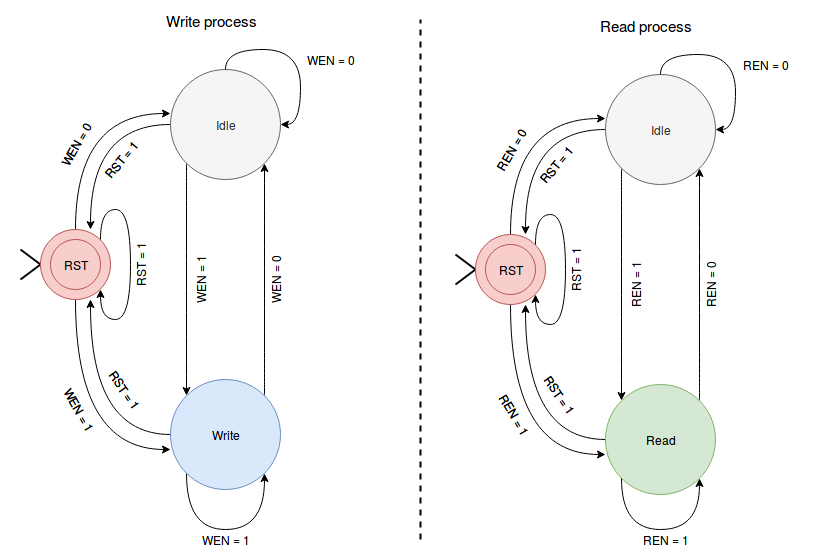
CSpyridakis/Reconfigurable-Computing keeps this draw.io diagram as doc/schematics/FIFO_FSMs.png. Above is the earlier version. Source tidied: cells renumbered, new cells last; positions are measured from the earlier drawing's top-left corner, leaving out a move shared by most shapes. Its diagram source:
```xml
<mxGraphModel>
  <root>
    <mxCell id="0" />
    <mxCell id="1" parent="0" />
    <mxCell id="2" style="rounded=0;whiteSpace=wrap;html=1;strokeColor=none;" parent="1" vertex="1">
      <mxGeometry width="830" height="559" as="geometry" />
    </mxCell>
    <mxCell id="3" style="edgeStyle=orthogonalEdgeStyle;curved=1;rounded=0;jettySize=auto;html=1;exitX=0.5;exitY=0;exitDx=0;exitDy=0;entryX=0.001;entryY=0.396;entryDx=0;entryDy=0;entryPerimeter=0;endSize=6;" parent="1" edge="1" source="7" target="10">
      <mxGeometry relative="1" as="geometry" />
    </mxCell>
    <mxCell id="4" style="edgeStyle=orthogonalEdgeStyle;curved=1;rounded=0;jettySize=auto;html=1;exitX=0.5;exitY=1;exitDx=0;exitDy=0;entryX=0;entryY=0.636;entryDx=0;entryDy=0;entryPerimeter=0;endSize=6;" parent="1" edge="1" source="7" target="15">
      <mxGeometry relative="1" as="geometry" />
    </mxCell>
    <mxCell id="5" style="rounded=0;jettySize=auto;html=1;exitX=0;exitY=0.5;exitDx=0;exitDy=0;endSize=6;endArrow=none;endFill=0;strokeWidth=2;" parent="1" edge="1" source="7">
      <mxGeometry relative="1" as="geometry">
        <mxPoint x="20" y="249" as="targetPoint" />
      </mxGeometry>
    </mxCell>
    <mxCell id="6" style="edgeStyle=none;rounded=0;jettySize=auto;html=1;exitX=0;exitY=0.5;exitDx=0;exitDy=0;endArrow=none;endFill=0;endSize=6;strokeWidth=2;" parent="1" edge="1" source="7">
      <mxGeometry relative="1" as="geometry">
        <mxPoint x="20" y="279" as="targetPoint" />
      </mxGeometry>
    </mxCell>
    <mxCell id="7" style="ellipse;whiteSpace=wrap;html=1;fillColor=#f8cecc;strokeColor=#b85450;" parent="1" vertex="1">
      <mxGeometry x="40" y="229" width="70" height="70" as="geometry" />
    </mxCell>
    <mxCell id="8" style="edgeStyle=orthogonalEdgeStyle;curved=1;rounded=0;jettySize=auto;html=1;exitX=0;exitY=1;exitDx=0;exitDy=0;entryX=0;entryY=0;entryDx=0;entryDy=0;" parent="1" edge="1" source="10" target="15">
      <mxGeometry relative="1" as="geometry" />
    </mxCell>
    <mxCell id="9" style="edgeStyle=orthogonalEdgeStyle;curved=1;rounded=0;jettySize=auto;html=1;exitX=0;exitY=0.5;exitDx=0;exitDy=0;entryX=0.714;entryY=0;entryDx=0;entryDy=0;entryPerimeter=0;endSize=6;" parent="1" edge="1" source="10" target="7">
      <mxGeometry relative="1" as="geometry" />
    </mxCell>
    <mxCell id="10" value="Idle" style="ellipse;whiteSpace=wrap;html=1;fillColor=#f5f5f5;strokeColor=#666666;fontColor=#333333;" parent="1" vertex="1">
      <mxGeometry x="170" y="69" width="110" height="110" as="geometry" />
    </mxCell>
    <mxCell id="11" value="&lt;div&gt;RST&lt;/div&gt;" style="ellipse;whiteSpace=wrap;html=1;fillColor=#f8cecc;strokeColor=#b85450;" parent="1" vertex="1">
      <mxGeometry x="50" y="239" width="50" height="50" as="geometry" />
    </mxCell>
    <mxCell id="12" style="edgeStyle=orthogonalEdgeStyle;curved=1;rounded=0;jettySize=auto;html=1;exitX=1;exitY=0;exitDx=0;exitDy=0;entryX=1;entryY=1;entryDx=0;entryDy=0;endSize=6;" parent="1" edge="1" source="15" target="10">
      <mxGeometry relative="1" as="geometry" />
    </mxCell>
    <mxCell id="13" style="edgeStyle=orthogonalEdgeStyle;curved=1;rounded=0;jettySize=auto;html=1;exitX=0;exitY=0.5;exitDx=0;exitDy=0;entryX=0.714;entryY=1;entryDx=0;entryDy=0;entryPerimeter=0;endSize=6;" parent="1" edge="1" source="15" target="7">
      <mxGeometry relative="1" as="geometry" />
    </mxCell>
    <mxCell id="14" style="edgeStyle=orthogonalEdgeStyle;curved=1;rounded=0;orthogonalLoop=1;jettySize=auto;html=1;exitX=0;exitY=1;exitDx=0;exitDy=0;endArrow=classic;endFill=1;endSize=6;strokeWidth=1;entryX=1;entryY=1;entryDx=0;entryDy=0;" parent="1" edge="1" source="15" target="15">
      <mxGeometry relative="1" as="geometry">
        <Array as="points">
          <mxPoint x="186" y="529" />
          <mxPoint x="264" y="529" />
        </Array>
      </mxGeometry>
    </mxCell>
    <mxCell id="15" value="Write" style="ellipse;whiteSpace=wrap;html=1;fillColor=#dae8fc;strokeColor=#6c8ebf;" parent="1" vertex="1">
      <mxGeometry x="170" y="379" width="110" height="110" as="geometry" />
    </mxCell>
    <mxCell id="16" value="&lt;font style=&quot;font-size: 15px&quot;&gt;Write process&lt;/font&gt;" style="text;html=1;strokeColor=none;fillColor=none;align=center;verticalAlign=middle;whiteSpace=wrap;rounded=0;" parent="1" vertex="1">
      <mxGeometry x="140" y="9" width="140" height="20" as="geometry" />
    </mxCell>
    <mxCell id="17" value="WEN = 0" style="text;html=1;strokeColor=none;fillColor=none;align=center;verticalAlign=middle;whiteSpace=wrap;rounded=0;rotation=-60;" parent="1" vertex="1">
      <mxGeometry x="25" y="134" width="100" height="20" as="geometry" />
    </mxCell>
    <mxCell id="18" value="&lt;div&gt;WEN = 1&lt;/div&gt;" style="text;html=1;strokeColor=none;fillColor=none;align=center;verticalAlign=middle;whiteSpace=wrap;rounded=0;rotation=60;" parent="1" vertex="1">
      <mxGeometry x="30" y="399" width="100" height="20" as="geometry" />
    </mxCell>
    <mxCell id="19" value="RST = 1" style="text;html=1;strokeColor=none;fillColor=none;align=center;verticalAlign=middle;whiteSpace=wrap;rounded=0;rotation=55;" parent="1" vertex="1">
      <mxGeometry x="95" y="379" width="60" height="20" as="geometry" />
    </mxCell>
    <mxCell id="20" value="RST = 1" style="text;html=1;strokeColor=none;fillColor=none;align=center;verticalAlign=middle;whiteSpace=wrap;rounded=0;rotation=-50;" parent="1" vertex="1">
      <mxGeometry x="90" y="149" width="60" height="20" as="geometry" />
    </mxCell>
    <mxCell id="21" value="WEN = 0" style="text;html=1;strokeColor=none;fillColor=none;align=center;verticalAlign=middle;whiteSpace=wrap;rounded=0;rotation=-90;" parent="1" vertex="1">
      <mxGeometry x="225" y="269" width="100" height="20" as="geometry" />
    </mxCell>
    <mxCell id="22" value="WEN = 1" style="text;html=1;strokeColor=none;fillColor=none;align=center;verticalAlign=middle;whiteSpace=wrap;rounded=0;rotation=-90;" parent="1" vertex="1">
      <mxGeometry x="150" y="269" width="100" height="20" as="geometry" />
    </mxCell>
    <mxCell id="23" style="edgeStyle=orthogonalEdgeStyle;curved=1;rounded=0;orthogonalLoop=1;jettySize=auto;html=1;exitX=0.5;exitY=0;exitDx=0;exitDy=0;entryX=1;entryY=0.5;entryDx=0;entryDy=0;endSize=6;" parent="1" edge="1" source="10" target="10">
      <mxGeometry relative="1" as="geometry" />
    </mxCell>
    <mxCell id="24" value="WEN = 0" style="text;html=1;strokeColor=none;fillColor=none;align=center;verticalAlign=middle;whiteSpace=wrap;rounded=0;rotation=0;" parent="1" vertex="1">
      <mxGeometry x="300" y="49" width="60" height="20" as="geometry" />
    </mxCell>
    <mxCell id="25" value="WEN = 1" style="text;html=1;strokeColor=none;fillColor=none;align=center;verticalAlign=middle;whiteSpace=wrap;rounded=0;rotation=0;" parent="1" vertex="1">
      <mxGeometry x="195" y="529" width="60" height="20" as="geometry" />
    </mxCell>
    <mxCell id="26" style="edgeStyle=orthogonalEdgeStyle;rounded=0;orthogonalLoop=1;jettySize=auto;html=1;exitX=1;exitY=0;exitDx=0;exitDy=0;entryX=1;entryY=1;entryDx=0;entryDy=0;endArrow=classic;endFill=1;endSize=6;strokeWidth=1;curved=1;" parent="1" edge="1" source="7" target="7">
      <mxGeometry relative="1" as="geometry" />
    </mxCell>
    <mxCell id="27" value="RST = 1" style="text;html=1;strokeColor=none;fillColor=none;align=center;verticalAlign=middle;whiteSpace=wrap;rounded=0;rotation=-90;" parent="1" vertex="1">
      <mxGeometry x="110" y="254" width="60" height="20" as="geometry" />
    </mxCell>
    <mxCell id="28" style="edgeStyle=orthogonalEdgeStyle;curved=1;rounded=0;jettySize=auto;html=1;exitX=0.5;exitY=0;exitDx=0;exitDy=0;entryX=0.001;entryY=0.396;entryDx=0;entryDy=0;entryPerimeter=0;endSize=6;" parent="1" edge="1" source="32" target="35">
      <mxGeometry relative="1" as="geometry" />
    </mxCell>
    <mxCell id="29" style="edgeStyle=orthogonalEdgeStyle;curved=1;rounded=0;jettySize=auto;html=1;exitX=0.5;exitY=1;exitDx=0;exitDy=0;entryX=0;entryY=0.636;entryDx=0;entryDy=0;entryPerimeter=0;endSize=6;" parent="1" edge="1" source="32" target="39">
      <mxGeometry relative="1" as="geometry" />
    </mxCell>
    <mxCell id="30" style="rounded=0;jettySize=auto;html=1;exitX=0;exitY=0.5;exitDx=0;exitDy=0;endSize=6;endArrow=none;endFill=0;strokeWidth=2;" parent="1" edge="1" source="32">
      <mxGeometry relative="1" as="geometry">
        <mxPoint x="455" y="254" as="targetPoint" />
      </mxGeometry>
    </mxCell>
    <mxCell id="31" style="edgeStyle=none;rounded=0;jettySize=auto;html=1;exitX=0;exitY=0.5;exitDx=0;exitDy=0;endArrow=none;endFill=0;endSize=6;strokeWidth=2;" parent="1" edge="1" source="32">
      <mxGeometry relative="1" as="geometry">
        <mxPoint x="455" y="284" as="targetPoint" />
      </mxGeometry>
    </mxCell>
    <mxCell id="32" style="ellipse;whiteSpace=wrap;html=1;fillColor=#f8cecc;strokeColor=#b85450;" parent="1" vertex="1">
      <mxGeometry x="475" y="234" width="70" height="70" as="geometry" />
    </mxCell>
    <mxCell id="33" style="edgeStyle=orthogonalEdgeStyle;curved=1;rounded=0;jettySize=auto;html=1;exitX=0;exitY=1;exitDx=0;exitDy=0;entryX=0;entryY=0;entryDx=0;entryDy=0;" parent="1" edge="1" source="35" target="39">
      <mxGeometry relative="1" as="geometry" />
    </mxCell>
    <mxCell id="34" style="edgeStyle=orthogonalEdgeStyle;curved=1;rounded=0;jettySize=auto;html=1;exitX=0;exitY=0.5;exitDx=0;exitDy=0;entryX=0.714;entryY=0;entryDx=0;entryDy=0;entryPerimeter=0;endSize=6;" parent="1" edge="1" source="35" target="32">
      <mxGeometry relative="1" as="geometry" />
    </mxCell>
    <mxCell id="35" value="Idle" style="ellipse;whiteSpace=wrap;html=1;fillColor=#f5f5f5;strokeColor=#666666;fontColor=#333333;" parent="1" vertex="1">
      <mxGeometry x="605" y="74" width="110" height="110" as="geometry" />
    </mxCell>
    <mxCell id="36" value="&lt;div&gt;RST&lt;/div&gt;" style="ellipse;whiteSpace=wrap;html=1;fillColor=#f8cecc;strokeColor=#b85450;" parent="1" vertex="1">
      <mxGeometry x="485" y="244" width="50" height="50" as="geometry" />
    </mxCell>
    <mxCell id="37" style="edgeStyle=orthogonalEdgeStyle;curved=1;rounded=0;jettySize=auto;html=1;exitX=1;exitY=0;exitDx=0;exitDy=0;entryX=1;entryY=1;entryDx=0;entryDy=0;endSize=6;" parent="1" edge="1" source="39" target="35">
      <mxGeometry relative="1" as="geometry" />
    </mxCell>
    <mxCell id="38" style="edgeStyle=orthogonalEdgeStyle;curved=1;rounded=0;jettySize=auto;html=1;exitX=0;exitY=0.5;exitDx=0;exitDy=0;entryX=0.714;entryY=1;entryDx=0;entryDy=0;entryPerimeter=0;endSize=6;" parent="1" edge="1" source="39" target="32">
      <mxGeometry relative="1" as="geometry" />
    </mxCell>
    <mxCell id="39" value="Read" style="ellipse;whiteSpace=wrap;html=1;fillColor=#d5e8d4;strokeColor=#82b366;" parent="1" vertex="1">
      <mxGeometry x="605" y="384" width="110" height="110" as="geometry" />
    </mxCell>
    <mxCell id="40" value="&lt;font style=&quot;font-size: 15px&quot;&gt;Read process&lt;/font&gt;" style="text;html=1;strokeColor=none;fillColor=none;align=center;verticalAlign=middle;whiteSpace=wrap;rounded=0;" parent="1" vertex="1">
      <mxGeometry x="575" y="14" width="140" height="20" as="geometry" />
    </mxCell>
    <mxCell id="41" value="REN = 0" style="text;html=1;strokeColor=none;fillColor=none;align=center;verticalAlign=middle;whiteSpace=wrap;rounded=0;rotation=-60;" parent="1" vertex="1">
      <mxGeometry x="460" y="139" width="100" height="20" as="geometry" />
    </mxCell>
    <mxCell id="42" value="&lt;div&gt;REN = 1&lt;/div&gt;" style="text;html=1;strokeColor=none;fillColor=none;align=center;verticalAlign=middle;whiteSpace=wrap;rounded=0;rotation=60;" parent="1" vertex="1">
      <mxGeometry x="465" y="404" width="100" height="20" as="geometry" />
    </mxCell>
    <mxCell id="43" value="RST = 1" style="text;html=1;strokeColor=none;fillColor=none;align=center;verticalAlign=middle;whiteSpace=wrap;rounded=0;rotation=55;" parent="1" vertex="1">
      <mxGeometry x="530" y="384" width="60" height="20" as="geometry" />
    </mxCell>
    <mxCell id="44" value="RST = 1" style="text;html=1;strokeColor=none;fillColor=none;align=center;verticalAlign=middle;whiteSpace=wrap;rounded=0;rotation=-50;" parent="1" vertex="1">
      <mxGeometry x="525" y="154" width="60" height="20" as="geometry" />
    </mxCell>
    <mxCell id="45" value="REN = 0" style="text;html=1;strokeColor=none;fillColor=none;align=center;verticalAlign=middle;whiteSpace=wrap;rounded=0;rotation=-90;" parent="1" vertex="1">
      <mxGeometry x="660" y="274" width="100" height="20" as="geometry" />
    </mxCell>
    <mxCell id="46" value="REN = 1" style="text;html=1;strokeColor=none;fillColor=none;align=center;verticalAlign=middle;whiteSpace=wrap;rounded=0;rotation=-90;" parent="1" vertex="1">
      <mxGeometry x="585" y="274" width="100" height="20" as="geometry" />
    </mxCell>
    <mxCell id="47" style="edgeStyle=orthogonalEdgeStyle;curved=1;rounded=0;orthogonalLoop=1;jettySize=auto;html=1;exitX=0.5;exitY=0;exitDx=0;exitDy=0;entryX=1;entryY=0.5;entryDx=0;entryDy=0;endSize=6;" parent="1" edge="1" source="35" target="35">
      <mxGeometry relative="1" as="geometry" />
    </mxCell>
    <mxCell id="48" value="REN = 0" style="text;html=1;strokeColor=none;fillColor=none;align=center;verticalAlign=middle;whiteSpace=wrap;rounded=0;rotation=0;" parent="1" vertex="1">
      <mxGeometry x="735" y="54" width="60" height="20" as="geometry" />
    </mxCell>
    <mxCell id="49" value="REN = 1" style="text;html=1;strokeColor=none;fillColor=none;align=center;verticalAlign=middle;whiteSpace=wrap;rounded=0;rotation=0;" parent="1" vertex="1">
      <mxGeometry x="635" y="529" width="60" height="20" as="geometry" />
    </mxCell>
    <mxCell id="50" style="edgeStyle=orthogonalEdgeStyle;rounded=0;orthogonalLoop=1;jettySize=auto;html=1;exitX=1;exitY=0;exitDx=0;exitDy=0;entryX=1;entryY=1;entryDx=0;entryDy=0;endArrow=classic;endFill=1;endSize=6;strokeWidth=1;curved=1;" parent="1" edge="1" source="32" target="32">
      <mxGeometry relative="1" as="geometry" />
    </mxCell>
    <mxCell id="51" value="RST = 1" style="text;html=1;strokeColor=none;fillColor=none;align=center;verticalAlign=middle;whiteSpace=wrap;rounded=0;rotation=-90;" parent="1" vertex="1">
      <mxGeometry x="545" y="259" width="60" height="20" as="geometry" />
    </mxCell>
    <mxCell id="52" style="endArrow=none;dashed=1;html=1;strokeWidth=2;" parent="1" edge="1">
      <mxGeometry relative="1" as="geometry">
        <mxPoint x="420" y="539" as="sourcePoint" />
        <mxPoint x="420" y="19" as="targetPoint" />
      </mxGeometry>
    </mxCell>
    <mxCell id="53" style="edgeStyle=orthogonalEdgeStyle;curved=1;rounded=0;orthogonalLoop=1;jettySize=auto;html=1;exitX=0;exitY=1;exitDx=0;exitDy=0;entryX=1;entryY=1;entryDx=0;entryDy=0;endArrow=classic;endFill=1;endSize=6;strokeWidth=1;" parent="1" edge="1" source="39" target="39">
      <mxGeometry relative="1" as="geometry">
        <Array as="points">
          <mxPoint x="621" y="529" />
          <mxPoint x="699" y="529" />
        </Array>
      </mxGeometry>
    </mxCell>
  </root>
</mxGraphModel>
```
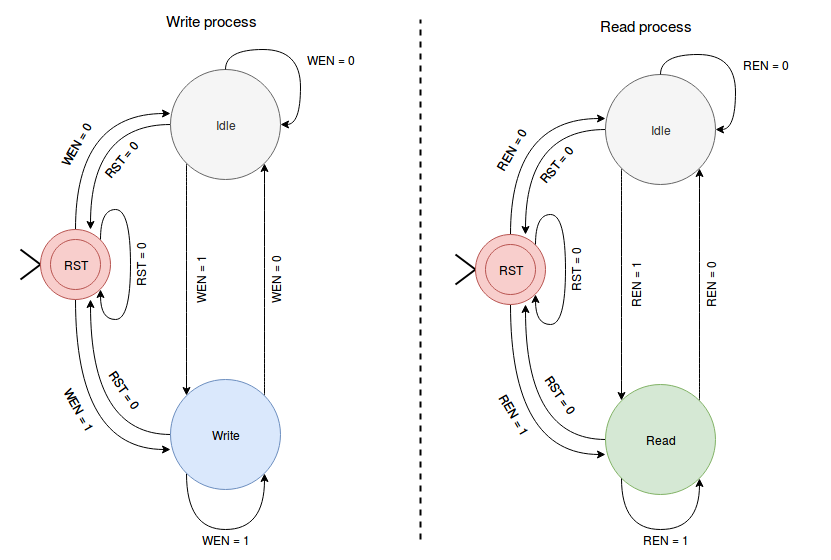
Above is the later version.

Commit message:
FIFO_FSM reset fix

The edit, as a diff of the source:
```diff
@@ -62,10 +62,10 @@
     <mxCell id="18" value="&lt;div&gt;WEN = 1&lt;/div&gt;" style="text;html=1;strokeColor=none;fillColor=none;align=center;verticalAlign=middle;whiteSpace=wrap;rounded=0;rotation=60;" parent="1" vertex="1">
       <mxGeometry x="30" y="399" width="100" height="20" as="geometry" />
     </mxCell>
-    <mxCell id="19" value="RST = 1" style="text;html=1;strokeColor=none;fillColor=none;align=center;verticalAlign=middle;whiteSpace=wrap;rounded=0;rotation=55;" parent="1" vertex="1">
+    <mxCell id="19" value="RST = 0" style="text;html=1;strokeColor=none;fillColor=none;align=center;verticalAlign=middle;whiteSpace=wrap;rounded=0;rotation=55;" parent="1" vertex="1">
       <mxGeometry x="95" y="379" width="60" height="20" as="geometry" />
     </mxCell>
-    <mxCell id="20" value="RST = 1" style="text;html=1;strokeColor=none;fillColor=none;align=center;verticalAlign=middle;whiteSpace=wrap;rounded=0;rotation=-50;" parent="1" vertex="1">
+    <mxCell id="20" value="RST = 0" style="text;html=1;strokeColor=none;fillColor=none;align=center;verticalAlign=middle;whiteSpace=wrap;rounded=0;rotation=-50;" parent="1" vertex="1">
       <mxGeometry x="90" y="149" width="60" height="20" as="geometry" />
     </mxCell>
     <mxCell id="21" value="WEN = 0" style="text;html=1;strokeColor=none;fillColor=none;align=center;verticalAlign=middle;whiteSpace=wrap;rounded=0;rotation=-90;" parent="1" vertex="1">
@@ -86,7 +86,7 @@
     <mxCell id="26" style="edgeStyle=orthogonalEdgeStyle;rounded=0;orthogonalLoop=1;jettySize=auto;html=1;exitX=1;exitY=0;exitDx=0;exitDy=0;entryX=1;entryY=1;entryDx=0;entryDy=0;endArrow=classic;endFill=1;endSize=6;strokeWidth=1;curved=1;" parent="1" edge="1" source="7" target="7">
       <mxGeometry relative="1" as="geometry" />
     </mxCell>
-    <mxCell id="27" value="RST = 1" style="text;html=1;strokeColor=none;fillColor=none;align=center;verticalAlign=middle;whiteSpace=wrap;rounded=0;rotation=-90;" parent="1" vertex="1">
+    <mxCell id="27" value="RST = 0" style="text;html=1;strokeColor=none;fillColor=none;align=center;verticalAlign=middle;whiteSpace=wrap;rounded=0;rotation=-90;" parent="1" vertex="1">
       <mxGeometry x="110" y="254" width="60" height="20" as="geometry" />
     </mxCell>
     <mxCell id="28" style="edgeStyle=orthogonalEdgeStyle;curved=1;rounded=0;jettySize=auto;html=1;exitX=0.5;exitY=0;exitDx=0;exitDy=0;entryX=0.001;entryY=0.396;entryDx=0;entryDy=0;entryPerimeter=0;endSize=6;" parent="1" edge="1" source="32" target="35">
@@ -138,10 +138,10 @@
     <mxCell id="42" value="&lt;div&gt;REN = 1&lt;/div&gt;" style="text;html=1;strokeColor=none;fillColor=none;align=center;verticalAlign=middle;whiteSpace=wrap;rounded=0;rotation=60;" parent="1" vertex="1">
       <mxGeometry x="465" y="404" width="100" height="20" as="geometry" />
     </mxCell>
-    <mxCell id="43" value="RST = 1" style="text;html=1;strokeColor=none;fillColor=none;align=center;verticalAlign=middle;whiteSpace=wrap;rounded=0;rotation=55;" parent="1" vertex="1">
-      <mxGeometry x="530" y="384" width="60" height="20" as="geometry" />
+    <mxCell id="43" value="RST = 0" style="text;html=1;strokeColor=none;fillColor=none;align=center;verticalAlign=middle;whiteSpace=wrap;rounded=0;rotation=55;" parent="1" vertex="1">
+      <mxGeometry x="531" y="384" width="60" height="20" as="geometry" />
     </mxCell>
-    <mxCell id="44" value="RST = 1" style="text;html=1;strokeColor=none;fillColor=none;align=center;verticalAlign=middle;whiteSpace=wrap;rounded=0;rotation=-50;" parent="1" vertex="1">
+    <mxCell id="44" value="RST = 0" style="text;html=1;strokeColor=none;fillColor=none;align=center;verticalAlign=middle;whiteSpace=wrap;rounded=0;rotation=-50;" parent="1" vertex="1">
       <mxGeometry x="525" y="154" width="60" height="20" as="geometry" />
     </mxCell>
     <mxCell id="45" value="REN = 0" style="text;html=1;strokeColor=none;fillColor=none;align=center;verticalAlign=middle;whiteSpace=wrap;rounded=0;rotation=-90;" parent="1" vertex="1">
@@ -162,7 +162,7 @@
     <mxCell id="50" style="edgeStyle=orthogonalEdgeStyle;rounded=0;orthogonalLoop=1;jettySize=auto;html=1;exitX=1;exitY=0;exitDx=0;exitDy=0;entryX=1;entryY=1;entryDx=0;entryDy=0;endArrow=classic;endFill=1;endSize=6;strokeWidth=1;curved=1;" parent="1" edge="1" source="32" target="32">
       <mxGeometry relative="1" as="geometry" />
     </mxCell>
-    <mxCell id="51" value="RST = 1" style="text;html=1;strokeColor=none;fillColor=none;align=center;verticalAlign=middle;whiteSpace=wrap;rounded=0;rotation=-90;" parent="1" vertex="1">
+    <mxCell id="51" value="RST = 0" style="text;html=1;strokeColor=none;fillColor=none;align=center;verticalAlign=middle;whiteSpace=wrap;rounded=0;rotation=-90;" parent="1" vertex="1">
       <mxGeometry x="545" y="259" width="60" height="20" as="geometry" />
     </mxCell>
     <mxCell id="52" style="endArrow=none;dashed=1;html=1;strokeWidth=2;" parent="1" edge="1">
```
